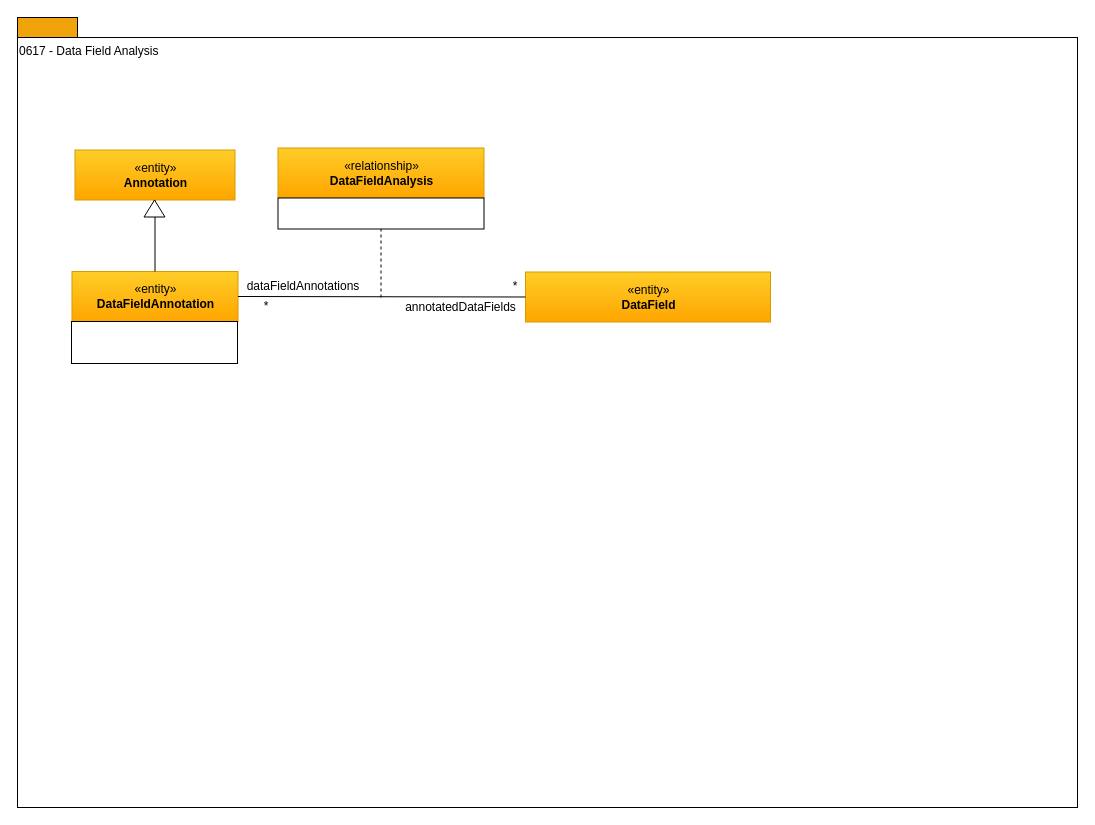
Before: page "0617 - Data Field Analysis" (9 of 18) of open-metadata-publication/website/open-metadata-types/area-6-discovery.drawio in planetf1/egeria, a draw.io diagram. Source tidied: cells renumbered, new cells numbered last; positions are measured from the earlier drawing's top-left corner, leaving out a move shared by most shapes. Both pictures are drawn from the tidied source at 100%, with x=0, y=0 at pixel (17, 17).
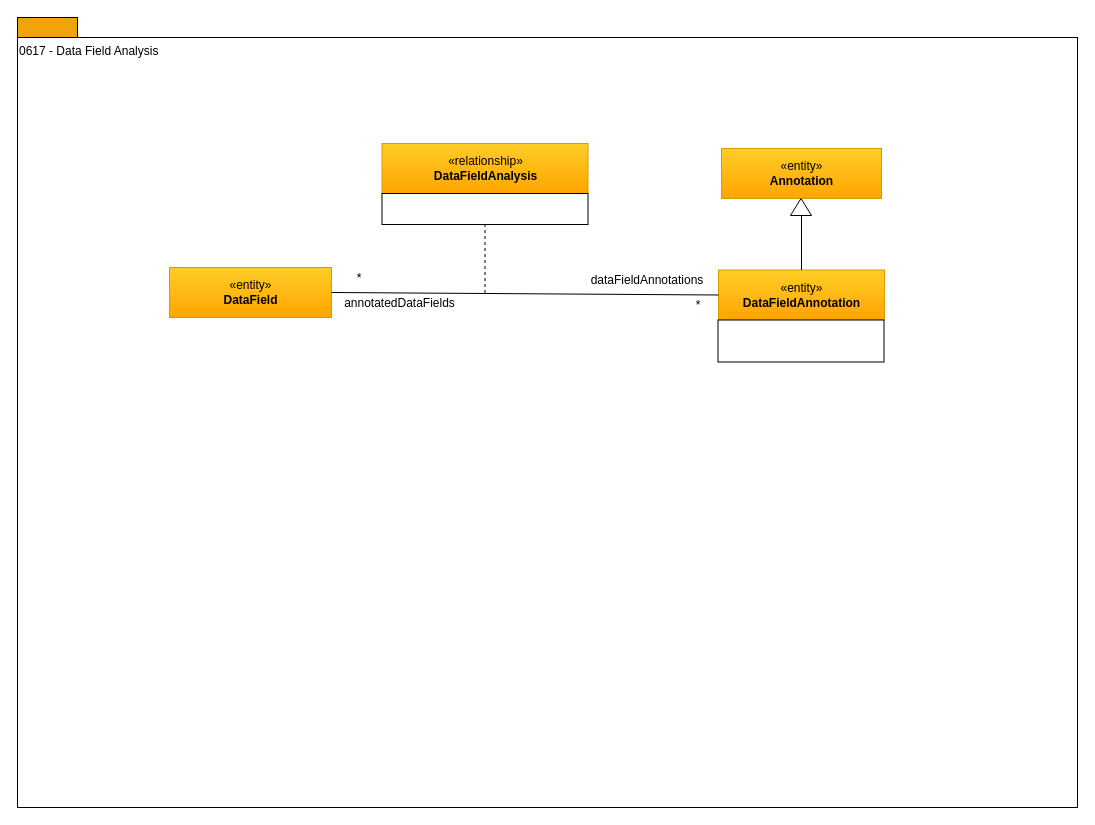
Above is the later version.

Change to the diagram source:
```diff
@@
 <mxGraphModel>
   <root>
     <mxCell id="0" />
     <mxCell id="1" parent="0" />
     <mxCell id="2" style="rounded=0;whiteSpace=wrap;html=1;align=left;fillColor=#f0a30a;strokeColor=#000000;fontColor=#ffffff;" parent="1" vertex="1">
       <mxGeometry width="60" height="20" as="geometry" />
     </mxCell>
     <mxCell id="3" value="0617 - Data Field Analysis" style="rounded=0;whiteSpace=wrap;html=1;align=left;verticalAlign=top;" parent="1" vertex="1">
       <mxGeometry y="20" width="1060" height="770" as="geometry" />
     </mxCell>
     <mxCell id="4" value="«entity»&lt;br&gt;&lt;b&gt;DataFieldAnnotation&lt;/b&gt;" style="html=1;strokeColor=#d79b00;align=center;fillColor=#ffcd28;gradientColor=#ffa500;" parent="1" vertex="1">
-      <mxGeometry x="54.5" y="254" width="166" height="50" as="geometry" />
+      <mxGeometry x="701" y="252.5" width="166" height="50" as="geometry" />
     </mxCell>
     <mxCell id="5" style="rounded=0;whiteSpace=wrap;html=1;strokeColor=#000000;gradientColor=#ffffff;align=left;" parent="1" vertex="1">
-      <mxGeometry x="54" y="304" width="166" height="42" as="geometry" />
+      <mxGeometry x="700.5" y="302.5" width="166" height="42" as="geometry" />
     </mxCell>
     <mxCell id="6" style="edgeStyle=orthogonalEdgeStyle;rounded=0;html=1;endArrow=none;endFill=0;jettySize=auto;" parent="1" edge="1" source="7" target="4">
       <mxGeometry relative="1" as="geometry" />
     </mxCell>
     <mxCell id="7" value="«entity»&lt;br&gt;&lt;b&gt;Annotation&lt;/b&gt;" style="html=1;strokeColor=#d79b00;align=center;fillColor=#ffcd28;gradientColor=#ffa500;" parent="1" vertex="1">
-      <mxGeometry x="57.5" y="132.5" width="160" height="50" as="geometry" />
+      <mxGeometry x="704" y="131" width="160" height="50" as="geometry" />
     </mxCell>
     <mxCell id="8" style="triangle;whiteSpace=wrap;html=1;strokeColor=#000000;gradientColor=#ffffff;align=center;rotation=-90;" parent="1" vertex="1">
-      <mxGeometry x="128.5" y="180.5" width="17" height="21" as="geometry" />
+      <mxGeometry x="775" y="179" width="17" height="21" as="geometry" />
     </mxCell>
     <mxCell id="9" value="«entity»&lt;br&gt;&lt;b&gt;DataField&lt;/b&gt;" style="html=1;strokeColor=#d79b00;align=center;fillColor=#ffcd28;gradientColor=#ffa500;" parent="1" vertex="1">
-      <mxGeometry x="508" y="254.5" width="245" height="50" as="geometry" />
+      <mxGeometry x="152" y="250" width="162" height="50" as="geometry" />
     </mxCell>
-    <mxCell id="10" style="endArrow=none;html=1;entryX=1;entryY=0.5;exitX=0;exitY=0.5;" parent="1" edge="1" source="9" target="4">
+    <mxCell id="10" style="endArrow=none;html=1;exitX=1;exitY=0.5;exitDx=0;exitDy=0;entryX=0;entryY=0.5;entryDx=0;entryDy=0;" parent="1" edge="1" source="9" target="4">
       <mxGeometry relative="1" as="geometry" />
     </mxCell>
     <mxCell id="11" value="«relationship»&lt;br&gt;&lt;b&gt;DataFieldAnalysis&lt;/b&gt;" style="html=1;strokeColor=#d79b00;align=center;fillColor=#ffcd28;gradientColor=#ffa500;" parent="1" vertex="1">
-      <mxGeometry x="260.5" y="130.5" width="206" height="50" as="geometry" />
+      <mxGeometry x="364.5" y="126" width="206" height="50" as="geometry" />
     </mxCell>
     <mxCell id="12" style="endArrow=none;dashed=1;html=1;entryX=0.5;entryY=1;" parent="1" edge="1" target="13">
       <mxGeometry relative="1" as="geometry">
-        <mxPoint x="363.5" y="280" as="sourcePoint" />
+        <mxPoint x="467.5" y="275.5" as="sourcePoint" />
       </mxGeometry>
     </mxCell>
     <mxCell id="13" style="rounded=0;whiteSpace=wrap;html=1;strokeColor=#000000;gradientColor=#ffffff;align=left;" parent="1" vertex="1">
-      <mxGeometry x="260.5" y="180.5" width="206" height="31" as="geometry" />
+      <mxGeometry x="364.5" y="176" width="206" height="31" as="geometry" />
     </mxCell>
     <mxCell id="14" value="*" style="text;html=1;strokeColor=none;fillColor=none;align=center;verticalAlign=middle;whiteSpace=wrap;rounded=0;" parent="1" vertex="1">
-      <mxGeometry x="477.5" y="259" width="40" height="20" as="geometry" />
+      <mxGeometry x="322" y="250.5" width="40" height="20" as="geometry" />
     </mxCell>
     <mxCell id="15" value="*" style="text;html=1;strokeColor=none;fillColor=none;align=center;verticalAlign=middle;whiteSpace=wrap;rounded=0;" parent="1" vertex="1">
-      <mxGeometry x="228.5" y="279" width="40" height="20" as="geometry" />
+      <mxGeometry x="661" y="277.5" width="40" height="20" as="geometry" />
     </mxCell>
     <mxCell id="16" value="dataFieldAnnotations" style="text;html=1;strokeColor=none;fillColor=none;align=center;verticalAlign=middle;whiteSpace=wrap;rounded=0;" parent="1" vertex="1">
-      <mxGeometry x="221" y="259" width="130" height="20" as="geometry" />
+      <mxGeometry x="565" y="252.5" width="130" height="20" as="geometry" />
     </mxCell>
     <mxCell id="17" value="annotatedDataFields" style="text;html=1;strokeColor=none;fillColor=none;align=center;verticalAlign=middle;whiteSpace=wrap;rounded=0;" parent="1" vertex="1">
-      <mxGeometry x="379" y="279.5" width="129" height="20" as="geometry" />
+      <mxGeometry x="318" y="275.5" width="129" height="20" as="geometry" />
     </mxCell>
   </root>
 </mxGraphModel>
```
